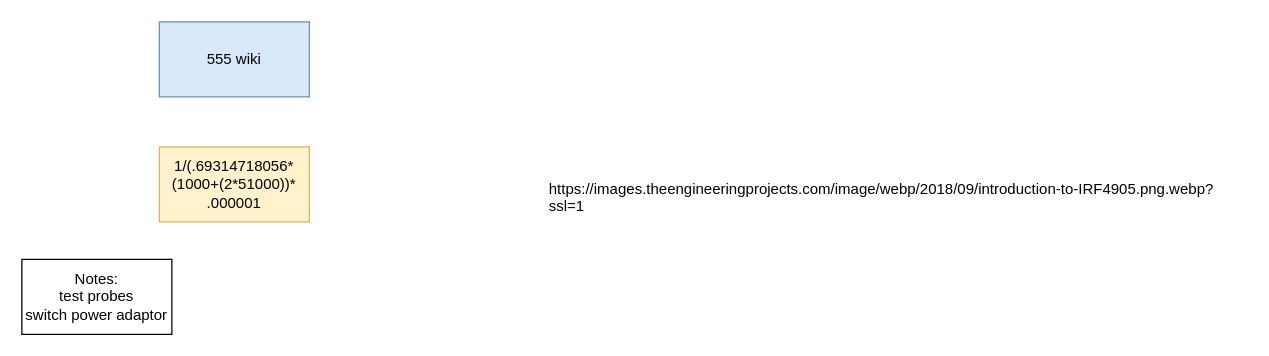
Earlier version of the draw.io diagram page "Page-1" (1 of 2) of Untitled Diagram.drawio (usernamesareusless/Car_Blinker). Source tidied: cells renumbered, new cells numbered last; positions are measured from the earlier drawing's top-left corner, leaving out a move shared by most shapes. Both pictures are drawn from the tidied source at 125%, with x=0, y=0 at pixel (21, 21).
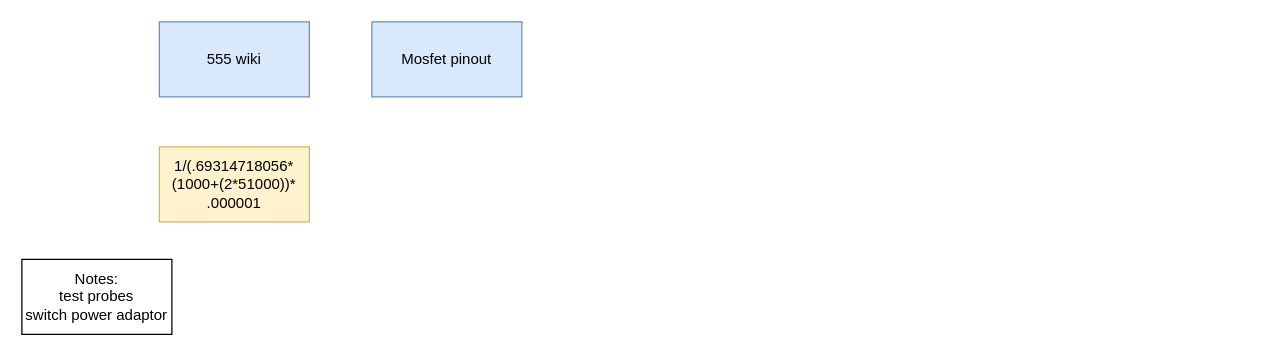
The same diagram, later.

The edit, as a diff of the source:
```diff
@@
 <mxGraphModel>
   <root>
     <mxCell id="0" />
     <mxCell id="1" parent="0" />
     <mxCell id="2" value="555 wiki&lt;br&gt;" style="rounded=0;whiteSpace=wrap;html=1;fillColor=#dae8fc;strokeColor=#6c8ebf;" parent="1" vertex="1">
       <mxGeometry x="110" width="120" height="60" as="geometry" />
     </mxCell>
     <mxCell id="3" value="1/(.69314718056*(1000+(2*51000))* .000001" style="rounded=0;whiteSpace=wrap;html=1;fillColor=#fff2cc;strokeColor=#d6b656;" parent="1" vertex="1">
       <mxGeometry x="110" y="100" width="120" height="60" as="geometry" />
     </mxCell>
     <mxCell id="4" value="Notes:&lt;br&gt;test probes&lt;br&gt;switch power adaptor" style="rounded=0;whiteSpace=wrap;html=1;" parent="1" vertex="1">
       <mxGeometry y="190" width="120" height="60" as="geometry" />
     </mxCell>
-    <mxCell id="5" value="https://images.theengineeringprojects.com/image/webp/2018/09/introduction-to-IRF4905.png.webp?ssl=1" style="text;whiteSpace=wrap;" parent="1" vertex="1">
-      <mxGeometry x="420" y="120" width="560" height="50" as="geometry" />
-    </mxCell>
+    <mxCell id="6" value="Mosfet pinout" style="rounded=0;whiteSpace=wrap;html=1;fillColor=#dae8fc;strokeColor=#6c8ebf;" parent="1" vertex="1">
+      <mxGeometry x="280" width="120" height="60" as="geometry" />
+    </mxCell>
   </root>
 </mxGraphModel>
```
